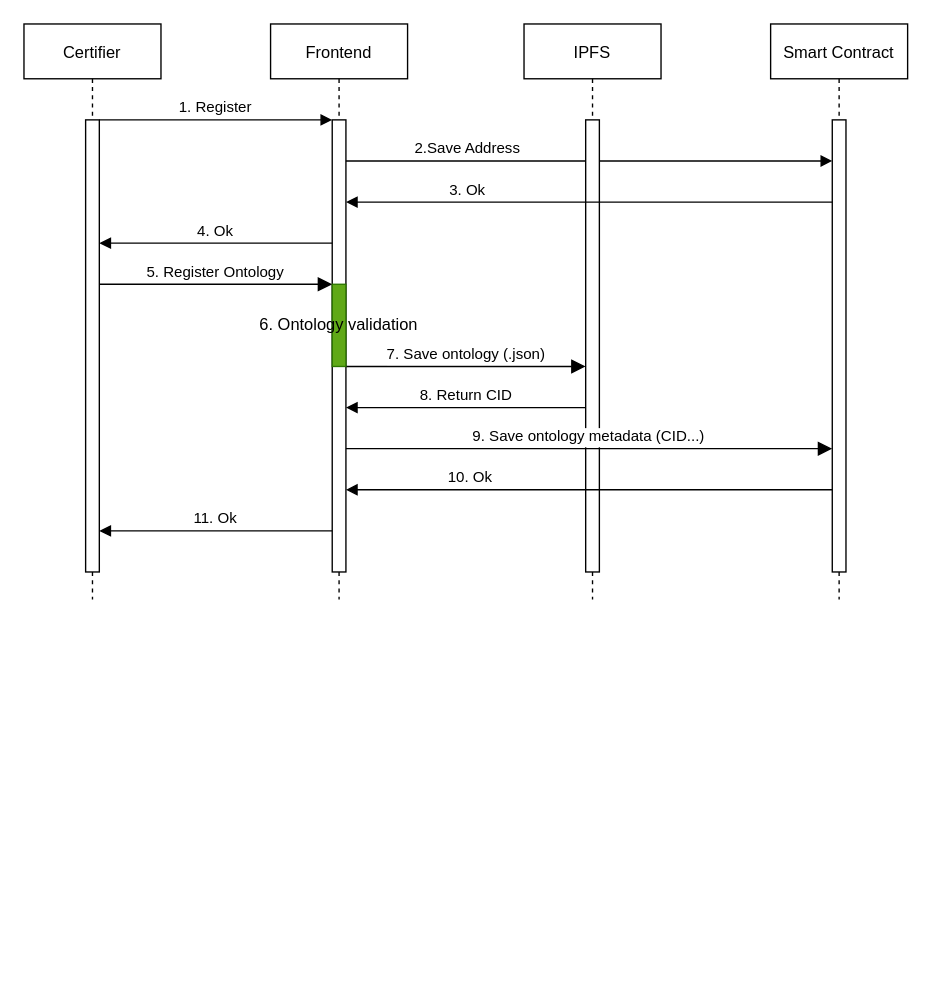
taia-x/taia-x keeps this draw.io diagram as diagrams/sequence_diagram/certifier.drawio. Above is the earlier version. Source tidied: cells renumbered, new cells numbered last; positions are measured from the earlier drawing's top-left corner, leaving out a move shared by most shapes. Both pictures are drawn from the tidied source at 137%, with x=0, y=0 at pixel (23, 23).
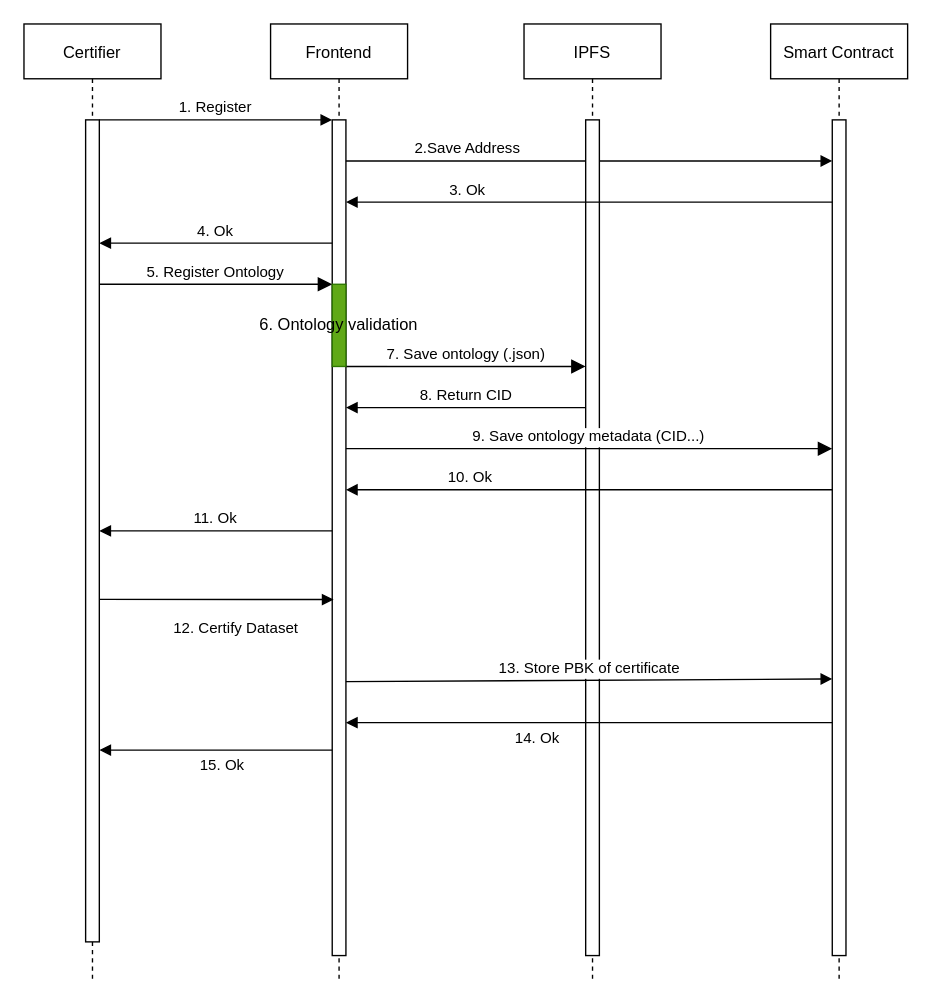
Above is the later version.

Commit message:
Certify Diagram updated

What changed in the source:
```diff
@@
     <mxCell id="2" value="Certifier" style="shape=umlLifeline;perimeter=lifelinePerimeter;rounded=0;shadow=0;strokeWidth=1;" parent="1" vertex="1">
-      <mxGeometry width="100" height="420" as="geometry" />
+      <mxGeometry width="100" height="700" as="geometry" />
     </mxCell>
     <mxCell id="3" style="points=[];perimeter=orthogonalPerimeter;rounded=0;shadow=0;strokeWidth=1;" parent="2" vertex="1">
-      <mxGeometry x="45" y="70" width="10" height="330" as="geometry" />
+      <mxGeometry x="45" y="70" width="10" height="600" as="geometry" />
     </mxCell>
     <mxCell id="4" value="Frontend" style="shape=umlLifeline;perimeter=lifelinePerimeter;rounded=0;shadow=0;strokeWidth=1;" parent="1" vertex="1">
-      <mxGeometry x="180" width="100" height="420" as="geometry" />
+      <mxGeometry x="180" width="100" height="700" as="geometry" />
     </mxCell>
     <mxCell id="5" style="points=[];perimeter=orthogonalPerimeter;rounded=0;shadow=0;strokeWidth=1;" parent="4" vertex="1">
-      <mxGeometry x="45" y="70" width="10" height="330" as="geometry" />
+      <mxGeometry x="45" y="70" width="10" height="610" as="geometry" />
     </mxCell>
@@
     <mxCell id="8" value="IPFS" style="shape=umlLifeline;perimeter=lifelinePerimeter;rounded=0;shadow=0;strokeWidth=1;" parent="1" vertex="1">
-      <mxGeometry x="365" width="100" height="420" as="geometry" />
+      <mxGeometry x="365" width="100" height="700" as="geometry" />
     </mxCell>
     <mxCell id="9" style="points=[];perimeter=orthogonalPerimeter;rounded=0;shadow=0;strokeWidth=1;" parent="8" vertex="1">
-      <mxGeometry x="45" y="70" width="10" height="330" as="geometry" />
+      <mxGeometry x="45" y="70" width="10" height="610" as="geometry" />
     </mxCell>
     <mxCell id="10" value="Smart Contract" style="shape=umlLifeline;perimeter=lifelinePerimeter;rounded=0;shadow=0;strokeWidth=1;" parent="1" vertex="1">
-      <mxGeometry x="545" width="100" height="420" as="geometry" />
+      <mxGeometry x="545" width="100" height="700" as="geometry" />
     </mxCell>
     <mxCell id="11" style="points=[];perimeter=orthogonalPerimeter;rounded=0;shadow=0;strokeWidth=1;" parent="10" vertex="1">
-      <mxGeometry x="45" y="70" width="10" height="330" as="geometry" />
+      <mxGeometry x="45" y="70" width="10" height="610" as="geometry" />
     </mxCell>
@@
+    <mxCell id="22" value="12. Certify Dataset" style="verticalAlign=bottom;endArrow=block;shadow=0;strokeWidth=1;entryX=0.1;entryY=0.574;entryDx=0;entryDy=0;entryPerimeter=0;" parent="1" edge="1" target="5">
+      <mxGeometry x="0.17" y="-30" relative="1" as="geometry">
+        <mxPoint x="55" y="420" as="sourcePoint" />
+      </mxGeometry>
+    </mxCell>
+    <mxCell id="23" value="13. Store PBK of certificate" style="verticalAlign=bottom;endArrow=block;shadow=0;strokeWidth=1;entryX=0;entryY=0.669;entryDx=0;entryDy=0;entryPerimeter=0;" parent="1" edge="1" target="11">
+      <mxGeometry relative="1" as="geometry">
+        <mxPoint x="235" y="480" as="sourcePoint" />
+      </mxGeometry>
+    </mxCell>
+    <mxCell id="24" value="14. Ok" style="verticalAlign=bottom;endArrow=none;shadow=0;strokeWidth=1;startArrow=block;startFill=1;endFill=0;" parent="1" edge="1">
+      <mxGeometry x="-0.21" y="-20" relative="1" as="geometry">
+        <mxPoint x="235" y="510" as="sourcePoint" />
+        <mxPoint x="590" y="510" as="targetPoint" />
+        <Array as="points">
+          <mxPoint x="365" y="510" />
+          <mxPoint x="465" y="510" />
+          <mxPoint x="495" y="510" />
+        </Array>
+      </mxGeometry>
+    </mxCell>
+    <mxCell id="25" value="15. Ok" style="verticalAlign=bottom;endArrow=block;shadow=0;strokeWidth=1;exitX=0;exitY=0.214;exitDx=0;exitDy=0;exitPerimeter=0;" parent="1" edge="1">
+      <mxGeometry x="-0.06" y="20" relative="1" as="geometry">
+        <mxPoint x="225" y="530" as="sourcePoint" />
+        <mxPoint x="55" y="530" as="targetPoint" />
+      </mxGeometry>
+    </mxCell>
```
